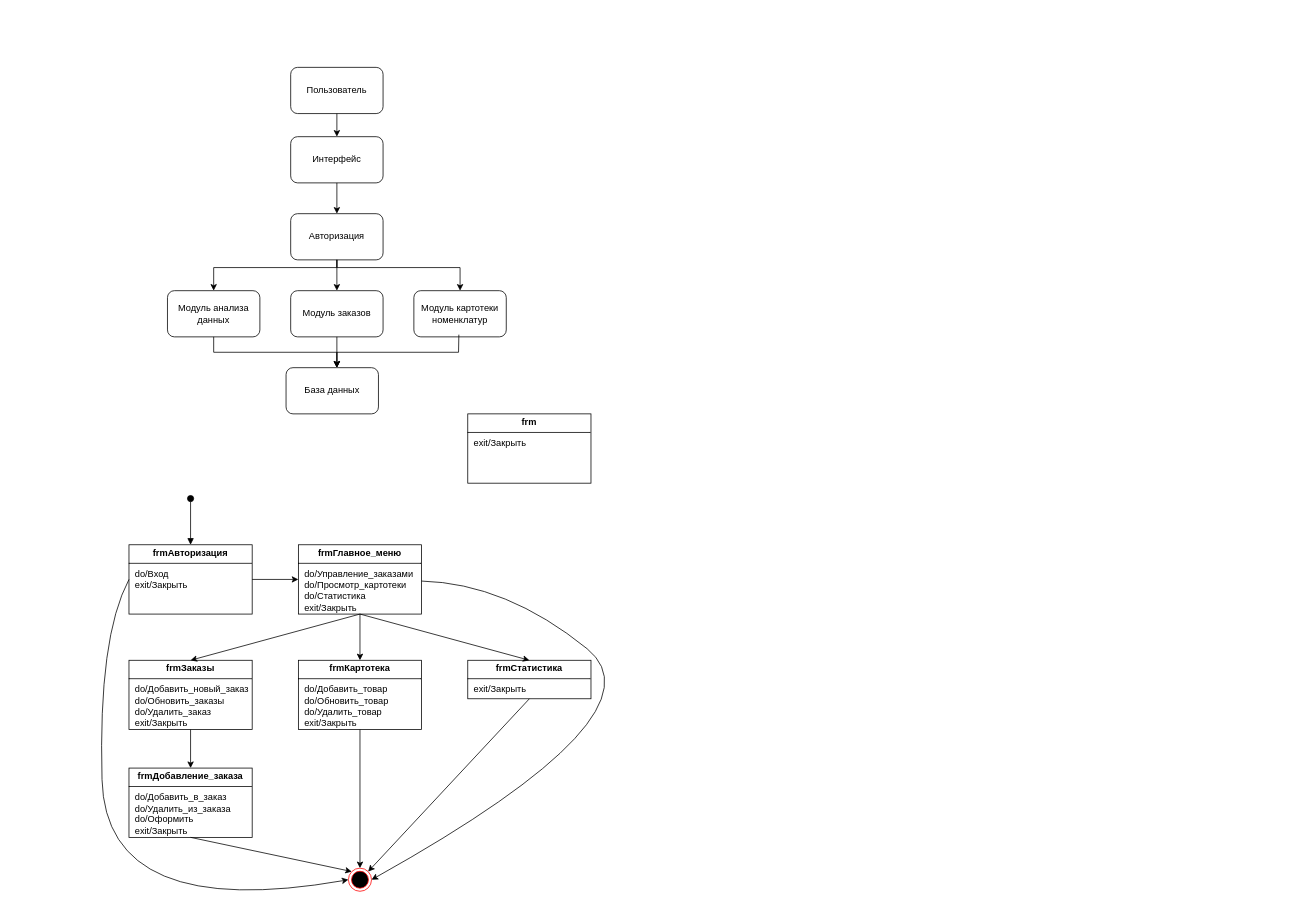
Above: Диаграмма без названия.drawio in krasov-rf/EDU (draw.io), before the change. Source tidied: cells renumbered, new cells numbered last; positions are measured from the earlier drawing's top-left corner, leaving out a move shared by most shapes. Both pictures are drawn from the tidied source at 77%, with x=0, y=0 at pixel (98, 67).
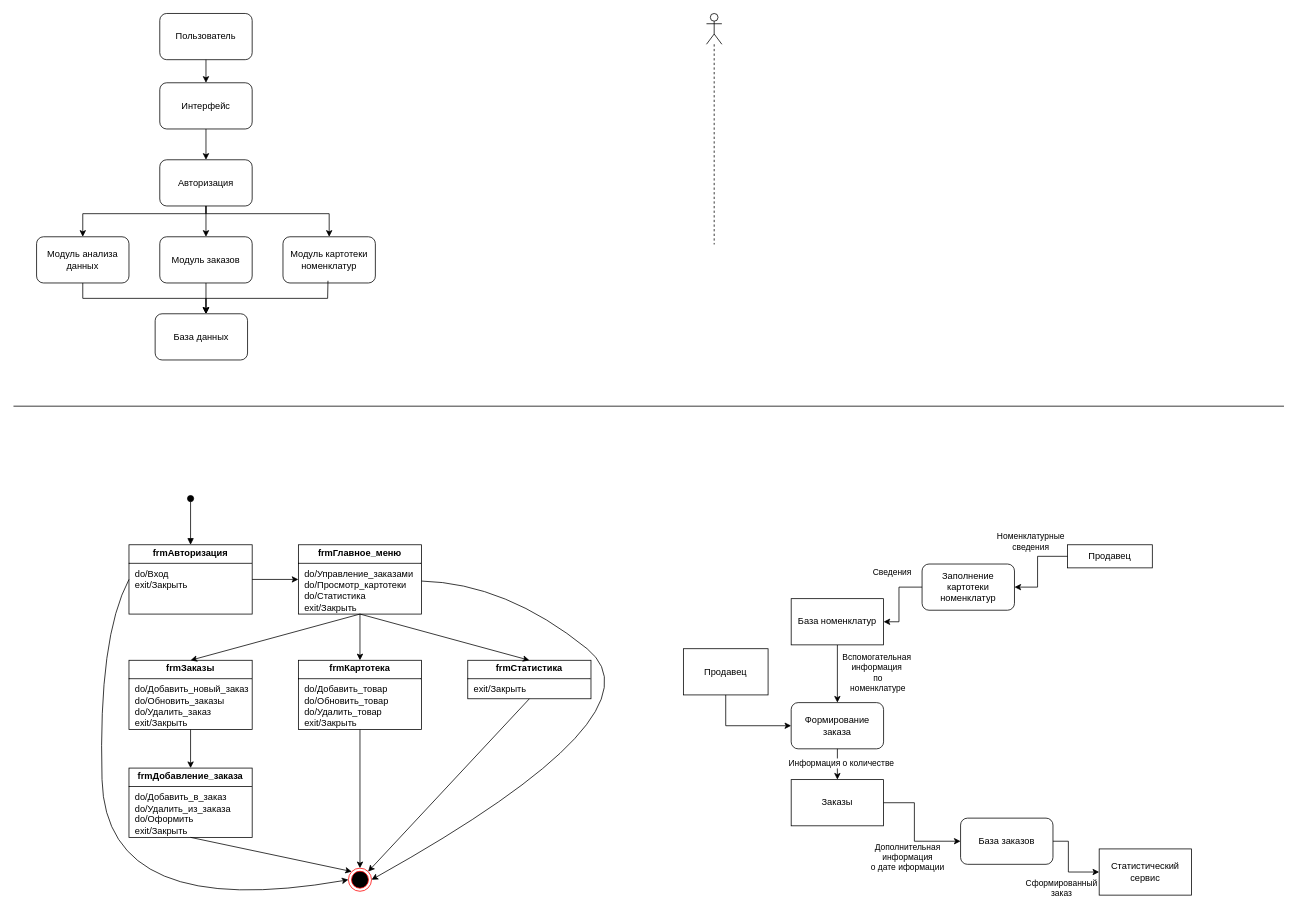
The same page after the edit.

The edit, as a diff of the source:
```diff
@@
     <mxCell id="2" value="Пользователь" style="rounded=1;whiteSpace=wrap;html=1;" parent="1" vertex="1">
-      <mxGeometry x="250" width="120" height="60" as="geometry" />
+      <mxGeometry x="80" y="-70" width="120" height="60" as="geometry" />
     </mxCell>
     <mxCell id="3" value="Интерфейс" style="rounded=1;whiteSpace=wrap;html=1;" parent="1" vertex="1">
-      <mxGeometry x="250" y="90" width="120" height="60" as="geometry" />
+      <mxGeometry x="80" y="20" width="120" height="60" as="geometry" />
     </mxCell>
     <mxCell id="4" value="Авторизация" style="rounded=1;whiteSpace=wrap;html=1;" parent="1" vertex="1">
-      <mxGeometry x="250" y="190" width="120" height="60" as="geometry" />
+      <mxGeometry x="80" y="120" width="120" height="60" as="geometry" />
     </mxCell>
     <mxCell id="5" value="Модуль заказов" style="rounded=1;whiteSpace=wrap;html=1;" parent="1" vertex="1">
-      <mxGeometry x="250" y="290" width="120" height="60" as="geometry" />
+      <mxGeometry x="80" y="220" width="120" height="60" as="geometry" />
     </mxCell>
     <mxCell id="6" value="База данных" style="rounded=1;whiteSpace=wrap;html=1;" parent="1" vertex="1">
-      <mxGeometry x="244" y="390" width="120" height="60" as="geometry" />
+      <mxGeometry x="74" y="320" width="120" height="60" as="geometry" />
     </mxCell>
     <mxCell id="7" value="Модуль анализа данных" style="rounded=1;whiteSpace=wrap;html=1;" parent="1" vertex="1">
-      <mxGeometry x="90" y="290" width="120" height="60" as="geometry" />
+      <mxGeometry x="-80" y="220" width="120" height="60" as="geometry" />
     </mxCell>
@@
     <mxCell id="11" style="endArrow=classic;html=1;rounded=0;exitX=0.5;exitY=1;exitDx=0;exitDy=0;entryX=0.5;entryY=0;entryDx=0;entryDy=0;" parent="1" edge="1" source="4" target="7">
       <mxGeometry relative="1" as="geometry">
         <Array as="points">
-          <mxPoint x="310" y="260" />
-          <mxPoint x="150" y="260" />
+          <mxPoint x="140" y="190" />
+          <mxPoint x="-20" y="190" />
         </Array>
       </mxGeometry>
     </mxCell>
     <mxCell id="12" value="Модуль картотеки номенклатур" style="rounded=1;whiteSpace=wrap;html=1;" parent="1" vertex="1">
-      <mxGeometry x="410" y="290" width="120" height="60" as="geometry" />
+      <mxGeometry x="240" y="220" width="120" height="60" as="geometry" />
     </mxCell>
     <mxCell id="13" style="endArrow=classic;html=1;rounded=0;exitX=0.5;exitY=1;exitDx=0;exitDy=0;entryX=0.5;entryY=0;entryDx=0;entryDy=0;" parent="1" edge="1" source="4" target="12">
       <mxGeometry relative="1" as="geometry">
         <Array as="points">
-          <mxPoint x="310" y="260" />
-          <mxPoint x="470" y="260" />
+          <mxPoint x="140" y="190" />
+          <mxPoint x="300" y="190" />
         </Array>
       </mxGeometry>
     </mxCell>
     <mxCell id="14" style="endArrow=classic;html=1;rounded=0;exitX=0.5;exitY=1;exitDx=0;exitDy=0;entryX=0.55;entryY=0;entryDx=0;entryDy=0;entryPerimeter=0;" parent="1" edge="1" source="7" target="6">
       <mxGeometry relative="1" as="geometry">
         <Array as="points">
-          <mxPoint x="150" y="370" />
-          <mxPoint x="310" y="370" />
+          <mxPoint x="-20" y="300" />
+          <mxPoint x="140" y="300" />
         </Array>
       </mxGeometry>
     </mxCell>
     <mxCell id="15" style="endArrow=classic;html=1;rounded=0;exitX=0.5;exitY=1;exitDx=0;exitDy=0;" parent="1" edge="1" source="5">
       <mxGeometry relative="1" as="geometry">
-        <mxPoint x="310" y="390" as="targetPoint" />
+        <mxPoint x="140" y="320" as="targetPoint" />
       </mxGeometry>
     </mxCell>
     <mxCell id="16" style="endArrow=classic;html=1;rounded=0;exitX=0.487;exitY=0.952;exitDx=0;exitDy=0;exitPerimeter=0;" parent="1" edge="1" source="12">
       <mxGeometry relative="1" as="geometry">
-        <mxPoint x="310" y="390" as="targetPoint" />
+        <mxPoint x="140" y="320" as="targetPoint" />
         <Array as="points">
-          <mxPoint x="468" y="370" />
-          <mxPoint x="310" y="370" />
+          <mxPoint x="298" y="300" />
+          <mxPoint x="140" y="300" />
         </Array>
       </mxGeometry>
     </mxCell>
@@
-    <mxCell id="20" value="&lt;p style=&quot;margin: 4px 0px 0px; text-align: center;&quot;&gt;&lt;b style=&quot;&quot;&gt;frm&lt;/b&gt;&lt;/p&gt;&lt;hr size=&quot;1&quot; style=&quot;border-style:solid;&quot;&gt;&lt;p style=&quot;margin:0px;margin-left:8px;&quot;&gt;&lt;span style=&quot;background-color: transparent; color: light-dark(rgb(0, 0, 0), rgb(255, 255, 255));&quot;&gt;exit/Закрыть&lt;/span&gt;&lt;/p&gt;&lt;p style=&quot;margin:0px;margin-left:8px;&quot;&gt;&lt;br&gt;&lt;/p&gt;" style="verticalAlign=top;align=left;overflow=fill;html=1;whiteSpace=wrap;" parent="1" vertex="1">
-      <mxGeometry x="480" y="450" width="160" height="90" as="geometry" />
-    </mxCell>
@@
+    <mxCell id="36" style="edgeStyle=orthogonalEdgeStyle;rounded=0;jettySize=auto;html=1;exitX=0.5;exitY=1;exitDx=0;exitDy=0;entryX=0.5;entryY=0;entryDx=0;entryDy=0;" parent="1" edge="1" source="42" target="38">
+      <mxGeometry relative="1" as="geometry" />
+    </mxCell>
+    <mxCell id="37" value="&lt;span style=&quot;&quot;&gt;Вспомогательная&lt;/span&gt;&lt;div style=&quot;&quot;&gt;информация&lt;/div&gt;&lt;div style=&quot;&quot;&gt;&amp;nbsp;по&lt;/div&gt;&lt;div style=&quot;&quot;&gt;&amp;nbsp;номенклатуре&lt;/div&gt;" style="edgeLabel;html=1;align=center;verticalAlign=middle;labelBackgroundColor=none;" parent="36" vertex="1">
+      <mxGeometry x="0.17" y="3" relative="1" as="geometry">
+        <mxPoint x="47" y="-9" as="offset" />
+      </mxGeometry>
+    </mxCell>
+    <mxCell id="38" value="Формирование заказа" style="rounded=1;whiteSpace=wrap;html=1;" parent="1" vertex="1">
+      <mxGeometry x="900" y="825" width="120" height="60" as="geometry" />
+    </mxCell>
+    <mxCell id="39" value="Заполнение картотеки номенклатур" style="rounded=1;whiteSpace=wrap;html=1;" parent="1" vertex="1">
+      <mxGeometry x="1070" y="645" width="120" height="60" as="geometry" />
+    </mxCell>
+    <mxCell id="40" value="Продавец" style="rounded=0;whiteSpace=wrap;html=1;" parent="1" vertex="1">
+      <mxGeometry x="760" y="755" width="110" height="60" as="geometry" />
+    </mxCell>
+    <mxCell id="41" style="endArrow=classic;html=1;rounded=0;exitX=0.5;exitY=1;exitDx=0;exitDy=0;entryX=0;entryY=0.5;entryDx=0;entryDy=0;" parent="1" edge="1" source="40" target="38">
+      <mxGeometry relative="1" as="geometry">
+        <Array as="points">
+          <mxPoint x="815" y="855" />
+        </Array>
+      </mxGeometry>
+    </mxCell>
+    <mxCell id="42" value="База номенклатур" style="rounded=0;whiteSpace=wrap;html=1;" parent="1" vertex="1">
+      <mxGeometry x="900" y="690" width="120" height="60" as="geometry" />
+    </mxCell>
+    <mxCell id="43" value="Заказы" style="rounded=0;whiteSpace=wrap;html=1;" parent="1" vertex="1">
+      <mxGeometry x="900" y="925" width="120" height="60" as="geometry" />
+    </mxCell>
+    <mxCell id="44" style="endArrow=classic;html=1;rounded=0;exitX=0.5;exitY=1;exitDx=0;exitDy=0;entryX=0.5;entryY=0;entryDx=0;entryDy=0;" parent="1" edge="1" source="38" target="43">
+      <mxGeometry relative="1" as="geometry" />
+    </mxCell>
+    <mxCell id="45" value="Информация о количестве" style="edgeLabel;html=1;align=center;verticalAlign=middle;" parent="44" vertex="1">
+      <mxGeometry x="-0.11" y="4" relative="1" as="geometry" />
+    </mxCell>
+    <mxCell id="46" value="Продавец" style="rounded=0;whiteSpace=wrap;html=1;" parent="1" vertex="1">
+      <mxGeometry x="1259" y="620" width="110" height="30" as="geometry" />
+    </mxCell>
+    <mxCell id="47" style="endArrow=classic;html=1;rounded=0;entryX=1;entryY=0.5;entryDx=0;entryDy=0;exitX=0;exitY=0.5;exitDx=0;exitDy=0;" parent="1" edge="1" source="46" target="39">
+      <mxGeometry relative="1" as="geometry">
+        <Array as="points">
+          <mxPoint x="1220" y="635" />
+          <mxPoint x="1220" y="675" />
+        </Array>
+      </mxGeometry>
+    </mxCell>
+    <mxCell id="48" value="Номенклатурные&lt;div&gt;сведения&lt;/div&gt;" style="edgeLabel;html=1;align=center;verticalAlign=middle;labelBackgroundColor=none;" parent="47" vertex="1">
+      <mxGeometry x="-0.2" y="-1" relative="1" as="geometry">
+        <mxPoint x="-9" y="-25" as="offset" />
+      </mxGeometry>
+    </mxCell>
+    <mxCell id="49" style="endArrow=classic;html=1;rounded=0;exitX=0;exitY=0.5;exitDx=0;exitDy=0;entryX=1;entryY=0.5;entryDx=0;entryDy=0;" parent="1" edge="1" source="39" target="42">
+      <mxGeometry relative="1" as="geometry">
+        <Array as="points">
+          <mxPoint x="1040" y="675" />
+          <mxPoint x="1040" y="720" />
+        </Array>
+      </mxGeometry>
+    </mxCell>
+    <mxCell id="50" value="Сведения" style="edgeLabel;html=1;align=center;verticalAlign=middle;" parent="49" vertex="1">
+      <mxGeometry x="-0.35" y="3" relative="1" as="geometry">
+        <mxPoint x="-13" y="-21" as="offset" />
+      </mxGeometry>
+    </mxCell>
+    <mxCell id="51" value="База заказов" style="rounded=1;whiteSpace=wrap;html=1;" parent="1" vertex="1">
+      <mxGeometry x="1120" y="975" width="120" height="60" as="geometry" />
+    </mxCell>
+    <mxCell id="52" style="endArrow=classic;html=1;rounded=0;exitX=1;exitY=0.5;exitDx=0;exitDy=0;entryX=0;entryY=0.5;entryDx=0;entryDy=0;" parent="1" edge="1" source="43" target="51">
+      <mxGeometry relative="1" as="geometry">
+        <Array as="points">
+          <mxPoint x="1060" y="955" />
+          <mxPoint x="1060" y="1005" />
+        </Array>
+      </mxGeometry>
+    </mxCell>
+    <mxCell id="53" value="Дополнительная&lt;div&gt;информация&lt;/div&gt;&lt;div&gt;о дате иформации&lt;/div&gt;" style="edgeLabel;html=1;align=center;verticalAlign=middle;labelBackgroundColor=none;" parent="52" vertex="1">
+      <mxGeometry x="-0.28" y="-1" relative="1" as="geometry">
+        <mxPoint x="-9" y="56" as="offset" />
+      </mxGeometry>
+    </mxCell>
+    <mxCell id="54" value="Статистический сервис" style="rounded=0;whiteSpace=wrap;html=1;" parent="1" vertex="1">
+      <mxGeometry x="1300" y="1015" width="120" height="60" as="geometry" />
+    </mxCell>
+    <mxCell id="55" style="endArrow=classic;html=1;rounded=0;exitX=1;exitY=0.5;exitDx=0;exitDy=0;entryX=0;entryY=0.5;entryDx=0;entryDy=0;" parent="1" edge="1" source="51" target="54">
+      <mxGeometry relative="1" as="geometry">
+        <Array as="points">
+          <mxPoint x="1260" y="1005" />
+          <mxPoint x="1260" y="1045" />
+        </Array>
+      </mxGeometry>
+    </mxCell>
+    <mxCell id="56" value="Сформированный&lt;div&gt;заказ&lt;/div&gt;" style="edgeLabel;html=1;align=center;verticalAlign=middle;" parent="55" vertex="1">
+      <mxGeometry x="0.4" y="-1" relative="1" as="geometry">
+        <mxPoint x="-20" y="19" as="offset" />
+      </mxGeometry>
+    </mxCell>
+    <mxCell id="57" style="endArrow=none;html=1;rounded=0;" parent="1" edge="1">
+      <mxGeometry relative="1" as="geometry">
+        <mxPoint x="-110" y="440" as="sourcePoint" />
+        <mxPoint x="1540" y="440" as="targetPoint" />
+      </mxGeometry>
+    </mxCell>
+    <mxCell id="58" style="shape=umlLifeline;perimeter=lifelinePerimeter;whiteSpace=wrap;html=1;newEdgeStyle={&quot;curved&quot;:0,&quot;rounded&quot;:0};participant=umlActor;" parent="1" vertex="1">
+      <mxGeometry x="790" y="-70" width="20" height="300" as="geometry" />
+    </mxCell>
```
